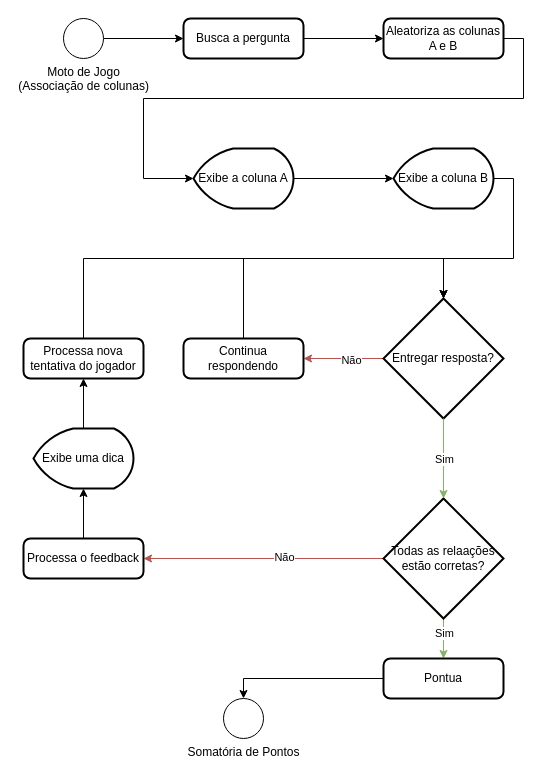
Before: page "engine-colunas-associacao" (1 of 7) of docs/fluxograma.drawio in DHDC-21/this-is-a-serious-game, a draw.io diagram. Source tidied: cells renumbered, new cells numbered last; positions are measured from the earlier drawing's top-left corner, leaving out a move shared by most shapes. Both pictures are drawn from the tidied source at 100%, with x=0, y=0 at pixel (23, 18).
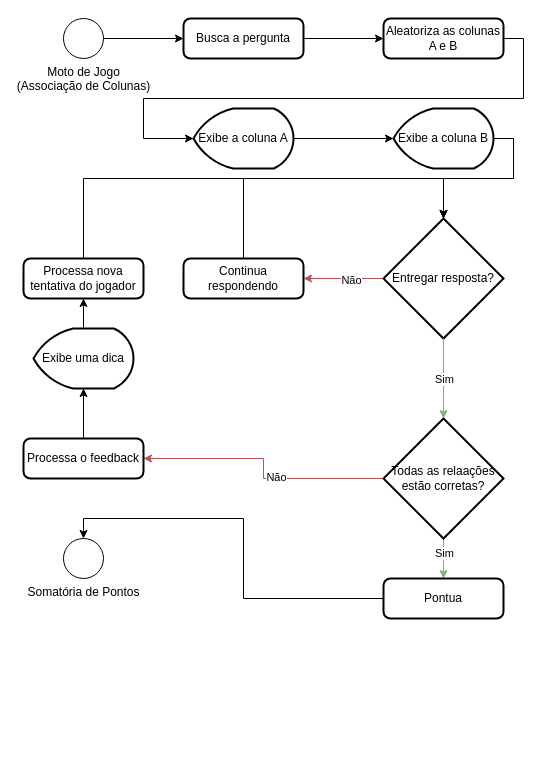
Above is the later version.

The change refers to these unchanged cells:
```xml
<mxCell id="6" value="Aleatoriza as colunas A e B" style="rounded=1;whiteSpace=wrap;html=1;absoluteArcSize=1;arcSize=14;strokeWidth=2;" parent="1" vertex="1">
  <mxGeometry x="360" width="120" height="40" as="geometry" />
</mxCell>
```

Change to the diagram source:
```diff
@@
-    <mxCell id="3" value="Moto de Jogo&lt;div&gt;(Associação de colunas)&lt;/div&gt;" style="verticalLabelPosition=bottom;verticalAlign=top;html=1;shape=mxgraph.flowchart.on-page_reference;" parent="1" vertex="1">
+    <mxCell id="3" value="Moto de Jogo&lt;div&gt;(Associação de Colunas)&lt;/div&gt;" style="verticalLabelPosition=bottom;verticalAlign=top;html=1;shape=mxgraph.flowchart.on-page_reference;" parent="1" vertex="1">
       <mxGeometry x="40" width="40" height="40" as="geometry" />
     </mxCell>
@@
     <mxCell id="7" value="Exibe a coluna A" style="strokeWidth=2;html=1;shape=mxgraph.flowchart.display;whiteSpace=wrap;" parent="1" vertex="1">
-      <mxGeometry x="170" y="130" width="100" height="60" as="geometry" />
+      <mxGeometry x="170" y="90" width="100" height="60" as="geometry" />
     </mxCell>
     <mxCell id="8" value="Exibe a coluna B" style="strokeWidth=2;html=1;shape=mxgraph.flowchart.display;whiteSpace=wrap;" parent="1" vertex="1">
-      <mxGeometry x="370" y="130" width="100" height="60" as="geometry" />
+      <mxGeometry x="370" y="90" width="100" height="60" as="geometry" />
     </mxCell>
     <mxCell id="9" style="edgeStyle=orthogonalEdgeStyle;rounded=0;jettySize=auto;html=1;exitX=1;exitY=0.5;exitDx=0;exitDy=0;entryX=0;entryY=0.5;entryDx=0;entryDy=0;entryPerimeter=0;" parent="1" edge="1" source="6" target="7">
       <mxGeometry relative="1" as="geometry">
         <Array as="points">
           <mxPoint x="500" y="20" />
           <mxPoint x="500" y="80" />
           <mxPoint x="120" y="80" />
-          <mxPoint x="120" y="160" />
+          <mxPoint x="120" y="120" />
         </Array>
       </mxGeometry>
     </mxCell>
@@
     <mxCell id="13" value="Entregar resposta?" style="strokeWidth=2;html=1;shape=mxgraph.flowchart.decision;whiteSpace=wrap;" parent="1" vertex="1">
-      <mxGeometry x="360" y="280" width="120" height="120" as="geometry" />
+      <mxGeometry x="360" y="200" width="120" height="120" as="geometry" />
     </mxCell>
     <mxCell id="14" style="edgeStyle=orthogonalEdgeStyle;rounded=0;jettySize=auto;html=1;exitX=1;exitY=0.5;exitDx=0;exitDy=0;exitPerimeter=0;entryX=0.5;entryY=0;entryDx=0;entryDy=0;entryPerimeter=0;" parent="1" edge="1" source="8" target="13">
       <mxGeometry relative="1" as="geometry">
         <Array as="points">
+          <mxPoint x="490" y="120" />
           <mxPoint x="490" y="160" />
-          <mxPoint x="490" y="240" />
-          <mxPoint x="420" y="240" />
+          <mxPoint x="420" y="160" />
         </Array>
       </mxGeometry>
     </mxCell>
@@
     <mxCell id="19" value="Todas as relaações estão corretas?" style="strokeWidth=2;html=1;shape=mxgraph.flowchart.decision;whiteSpace=wrap;" parent="1" vertex="1">
-      <mxGeometry x="360" y="480" width="120" height="120" as="geometry" />
+      <mxGeometry x="360" y="400" width="120" height="120" as="geometry" />
     </mxCell>
     <mxCell id="20" value="Processa o feedback" style="rounded=1;whiteSpace=wrap;html=1;absoluteArcSize=1;arcSize=14;strokeWidth=2;" parent="1" vertex="1">
-      <mxGeometry y="520" width="120" height="40" as="geometry" />
+      <mxGeometry y="420" width="120" height="40" as="geometry" />
     </mxCell>
@@
     <mxCell id="22" value="Exibe uma dica" style="strokeWidth=2;html=1;shape=mxgraph.flowchart.display;whiteSpace=wrap;" parent="1" vertex="1">
-      <mxGeometry x="10" y="410" width="100" height="60" as="geometry" />
+      <mxGeometry x="10" y="310" width="100" height="60" as="geometry" />
     </mxCell>
     <mxCell id="23" value="Processa nova tentativa do jogador" style="rounded=1;whiteSpace=wrap;html=1;absoluteArcSize=1;arcSize=14;strokeWidth=2;" parent="1" vertex="1">
-      <mxGeometry y="320" width="120" height="40" as="geometry" />
+      <mxGeometry y="240" width="120" height="40" as="geometry" />
     </mxCell>
     <mxCell id="24" value="Continua respondendo" style="rounded=1;whiteSpace=wrap;html=1;absoluteArcSize=1;arcSize=14;strokeWidth=2;" parent="1" vertex="1">
-      <mxGeometry x="160" y="320" width="120" height="40" as="geometry" />
+      <mxGeometry x="160" y="240" width="120" height="40" as="geometry" />
     </mxCell>
@@
     <mxCell id="28" style="edgeStyle=orthogonalEdgeStyle;rounded=0;jettySize=auto;html=1;exitX=0.5;exitY=0;exitDx=0;exitDy=0;entryX=0.5;entryY=0;entryDx=0;entryDy=0;entryPerimeter=0;" parent="1" edge="1" source="23" target="13">
       <mxGeometry relative="1" as="geometry">
         <Array as="points">
-          <mxPoint x="60" y="240" />
-          <mxPoint x="420" y="240" />
+          <mxPoint x="60" y="160" />
+          <mxPoint x="420" y="160" />
         </Array>
       </mxGeometry>
     </mxCell>
     <mxCell id="29" style="edgeStyle=orthogonalEdgeStyle;rounded=0;jettySize=auto;html=1;exitX=0.5;exitY=0;exitDx=0;exitDy=0;entryX=0.5;entryY=0;entryDx=0;entryDy=0;entryPerimeter=0;" parent="1" edge="1" source="24" target="13">
       <mxGeometry relative="1" as="geometry">
         <Array as="points">
-          <mxPoint x="220" y="240" />
-          <mxPoint x="420" y="240" />
+          <mxPoint x="220" y="160" />
+          <mxPoint x="420" y="160" />
         </Array>
       </mxGeometry>
     </mxCell>
     <mxCell id="30" value="Somatória de Pontos" style="verticalLabelPosition=bottom;verticalAlign=top;html=1;shape=mxgraph.flowchart.on-page_reference;" parent="1" vertex="1">
-      <mxGeometry x="200" y="680" width="40" height="40" as="geometry" />
+      <mxGeometry x="40" y="520" width="40" height="40" as="geometry" />
     </mxCell>
     <mxCell id="31" value="Pontua" style="rounded=1;whiteSpace=wrap;html=1;absoluteArcSize=1;arcSize=14;strokeWidth=2;" parent="1" vertex="1">
-      <mxGeometry x="360" y="640" width="120" height="40" as="geometry" />
+      <mxGeometry x="360" y="560" width="120" height="40" as="geometry" />
     </mxCell>
```
